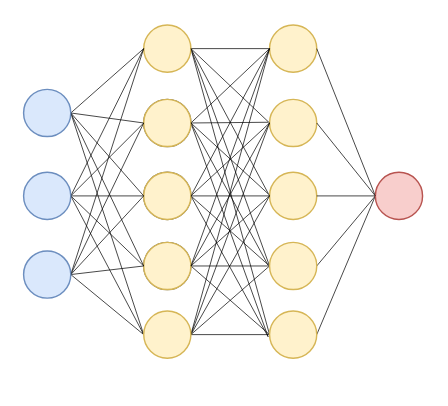
Above: page "teset" (5 of 5) of sometemplates.drawio in Pengyu-Jin/draw.io-projects-file (draw.io), before the change. Source tidied: cells renumbered, new cells numbered last; positions are measured from the earlier drawing's top-left corner, leaving out a move shared by most shapes. Both pictures are drawn from the tidied source at 143%, with x=0, y=0 at pixel (23, 24).
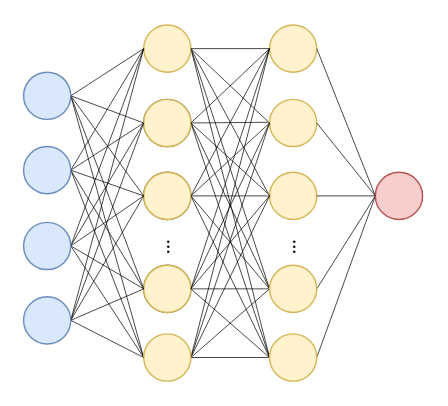
The same diagram, later.

Unchanged cells that the change refers to:
```xml
<mxCell id="8" style="ellipse;whiteSpace=wrap;html=1;shadow=0;fillColor=#fff2cc;strokeColor=#d6b656;direction=east;rotation=90;" parent="1" vertex="1">
  <mxGeometry x="84" width="33" height="33" as="geometry" />
</mxCell>
<mxCell id="17" style="ellipse;whiteSpace=wrap;html=1;shadow=0;fillColor=#fff2cc;strokeColor=#d6b656;direction=east;rotation=90;" parent="1" vertex="1">
  <mxGeometry x="84" y="52" width="33" height="33" as="geometry" />
</mxCell>
<mxCell id="23" style="ellipse;whiteSpace=wrap;html=1;shadow=0;fillColor=#fff2cc;strokeColor=#d6b656;direction=east;rotation=90;" parent="1" vertex="1">
  <mxGeometry x="84" y="103" width="33" height="33" as="geometry" />
</mxCell>
```

Change to the diagram source:
```diff
@@
     <mxCell id="11" style="ellipse;whiteSpace=wrap;html=1;shadow=0;fillColor=#f5f5f5;fontColor=#333333;strokeColor=#666666;direction=east;rotation=90;" parent="1" vertex="1">
-      <mxGeometry x="84" y="152" width="33" height="33" as="geometry" />
+      <mxGeometry x="84" y="168" width="33" height="33" as="geometry" />
     </mxCell>
@@
-    <mxCell id="15" style="edgeStyle=none;rounded=0;jettySize=auto;html=1;exitX=0.5;exitY=0;exitDx=0;exitDy=0;strokeWidth=0.5;endArrow=none;startFill=0;" parent="1" edge="1" source="17">
-      <mxGeometry relative="1" as="geometry">
-        <mxPoint x="171" y="168" as="targetPoint" />
-      </mxGeometry>
+    <mxCell id="15" style="edgeStyle=none;rounded=0;jettySize=auto;html=1;exitX=0.5;exitY=0;exitDx=0;exitDy=0;strokeWidth=0.5;endArrow=none;startFill=0;entryX=0.5;entryY=1;entryDx=0;entryDy=0;" parent="1" edge="1" source="17" target="62">
+      <mxGeometry relative="1" as="geometry" />
     </mxCell>
-    <mxCell id="16" style="edgeStyle=none;rounded=0;jettySize=auto;html=1;exitX=0.5;exitY=0;exitDx=0;exitDy=0;strokeWidth=0.5;endArrow=none;startFill=0;" parent="1" edge="1" source="17">
-      <mxGeometry relative="1" as="geometry">
-        <mxPoint x="171" y="218" as="targetPoint" />
-      </mxGeometry>
+    <mxCell id="16" style="edgeStyle=none;rounded=0;jettySize=auto;html=1;exitX=0.5;exitY=0;exitDx=0;exitDy=0;strokeWidth=0.5;endArrow=none;startFill=0;entryX=0.5;entryY=1;entryDx=0;entryDy=0;" parent="1" edge="1" source="17" target="63">
+      <mxGeometry relative="1" as="geometry" />
     </mxCell>
@@
-    <mxCell id="22" style="edgeStyle=none;rounded=0;jettySize=auto;html=1;exitX=0.5;exitY=0;exitDx=0;exitDy=0;strokeWidth=0.5;endArrow=none;startFill=0;" parent="1" edge="1" source="23">
-      <mxGeometry relative="1" as="geometry">
-        <mxPoint x="171" y="218" as="targetPoint" />
-      </mxGeometry>
+    <mxCell id="22" style="edgeStyle=none;rounded=0;jettySize=auto;html=1;exitX=0.5;exitY=0;exitDx=0;exitDy=0;strokeWidth=0.5;endArrow=none;startFill=0;entryX=0.5;entryY=1;entryDx=0;entryDy=0;" parent="1" edge="1" source="23" target="63">
+      <mxGeometry relative="1" as="geometry" />
     </mxCell>
@@
     <mxCell id="29" style="ellipse;whiteSpace=wrap;html=1;shadow=0;fillColor=#fff2cc;strokeColor=#d6b656;direction=east;rotation=90;" parent="1" vertex="1">
-      <mxGeometry x="84" y="152" width="33" height="33" as="geometry" />
+      <mxGeometry x="84" y="168" width="33" height="33" as="geometry" />
     </mxCell>
@@
     <mxCell id="39" style="ellipse;whiteSpace=wrap;html=1;shadow=0;fillColor=#dae8fc;strokeColor=#6c8ebf;rotation=90;" parent="1" vertex="1">
-      <mxGeometry y="45" width="33" height="33" as="geometry" />
+      <mxGeometry y="33" width="33" height="33" as="geometry" />
     </mxCell>
@@
     <mxCell id="45" style="ellipse;whiteSpace=wrap;html=1;shadow=0;fillColor=#dae8fc;strokeColor=#6c8ebf;rotation=90;" parent="1" vertex="1">
-      <mxGeometry y="103" width="33" height="33" as="geometry" />
+      <mxGeometry y="85" width="33" height="33" as="geometry" />
     </mxCell>
@@
     <mxCell id="55" style="ellipse;whiteSpace=wrap;html=1;shadow=0;fillColor=#dae8fc;strokeColor=#6c8ebf;rotation=90;" parent="1" vertex="1">
-      <mxGeometry y="158" width="33" height="33" as="geometry" />
+      <mxGeometry y="138" width="33" height="33" as="geometry" />
     </mxCell>
@@
     <mxCell id="61" style="ellipse;whiteSpace=wrap;html=1;shadow=0;fillColor=#fff2cc;strokeColor=#d6b656;direction=east;rotation=90;" parent="1" vertex="1">
-      <mxGeometry x="84" y="200" width="33" height="33" as="geometry" />
+      <mxGeometry x="84" y="216" width="33" height="33" as="geometry" />
     </mxCell>
     <mxCell id="62" style="ellipse;whiteSpace=wrap;html=1;shadow=0;fillColor=#fff2cc;strokeColor=#d6b656;direction=east;rotation=90;" parent="1" vertex="1">
-      <mxGeometry x="172" y="152" width="33" height="33" as="geometry" />
+      <mxGeometry x="172" y="168" width="33" height="33" as="geometry" />
     </mxCell>
     <mxCell id="63" style="ellipse;whiteSpace=wrap;html=1;shadow=0;fillColor=#fff2cc;strokeColor=#d6b656;direction=east;rotation=90;" parent="1" vertex="1">
-      <mxGeometry x="172" y="200" width="33" height="33" as="geometry" />
+      <mxGeometry x="172" y="216" width="33" height="33" as="geometry" />
     </mxCell>
+    <mxCell id="64" style="edgeStyle=none;rounded=0;jettySize=auto;html=1;exitX=0.5;exitY=0;exitDx=0;exitDy=0;entryX=0.5;entryY=1;entryDx=0;entryDy=0;strokeWidth=0.5;endArrow=none;startFill=0;" parent="1" edge="1" source="69" target="61">
+      <mxGeometry relative="1" as="geometry" />
+    </mxCell>
+    <mxCell id="65" style="edgeStyle=none;rounded=0;jettySize=auto;html=1;exitX=0.5;exitY=0;exitDx=0;exitDy=0;entryX=0.5;entryY=1;entryDx=0;entryDy=0;strokeWidth=0.5;endArrow=none;startFill=0;" parent="1" edge="1" source="69" target="29">
+      <mxGeometry relative="1" as="geometry" />
+    </mxCell>
+    <mxCell id="66" style="edgeStyle=none;rounded=0;jettySize=auto;html=1;exitX=0.5;exitY=0;exitDx=0;exitDy=0;entryX=0.5;entryY=1;entryDx=0;entryDy=0;strokeWidth=0.5;endArrow=none;startFill=0;" parent="1" edge="1" source="69" target="23">
+      <mxGeometry relative="1" as="geometry" />
+    </mxCell>
+    <mxCell id="67" style="edgeStyle=none;rounded=0;jettySize=auto;html=1;exitX=0.5;exitY=0;exitDx=0;exitDy=0;entryX=0.5;entryY=1;entryDx=0;entryDy=0;strokeWidth=0.5;endArrow=none;startFill=0;" parent="1" edge="1" source="69" target="17">
+      <mxGeometry relative="1" as="geometry" />
+    </mxCell>
+    <mxCell id="68" style="edgeStyle=none;rounded=0;jettySize=auto;html=1;exitX=0.5;exitY=0;exitDx=0;exitDy=0;entryX=0.5;entryY=1;entryDx=0;entryDy=0;strokeWidth=0.5;endArrow=none;startFill=0;" parent="1" edge="1" source="69" target="8">
+      <mxGeometry relative="1" as="geometry" />
+    </mxCell>
+    <mxCell id="69" style="ellipse;whiteSpace=wrap;html=1;shadow=0;fillColor=#dae8fc;strokeColor=#6c8ebf;rotation=90;" parent="1" vertex="1">
+      <mxGeometry y="190" width="33" height="33" as="geometry" />
+    </mxCell>
+    <mxCell id="70" value="&lt;h3&gt;&lt;font style=&quot;font-weight: normal;&quot; face=&quot;Times New Roman&quot;&gt;...&lt;/font&gt;&lt;/h3&gt;" style="text;html=1;align=center;verticalAlign=middle;strokeColor=none;fillColor=none;rotation=90;" parent="1" vertex="1">
+      <mxGeometry x="91" y="125" width="30" height="60" as="geometry" />
+    </mxCell>
+    <mxCell id="71" value="&lt;h3&gt;&lt;font style=&quot;font-weight: normal;&quot; face=&quot;Times New Roman&quot;&gt;...&lt;/font&gt;&lt;/h3&gt;" style="text;html=1;align=center;verticalAlign=middle;strokeColor=none;fillColor=none;rotation=90;" parent="1" vertex="1">
+      <mxGeometry x="179" y="125" width="30" height="60" as="geometry" />
+    </mxCell>
```
